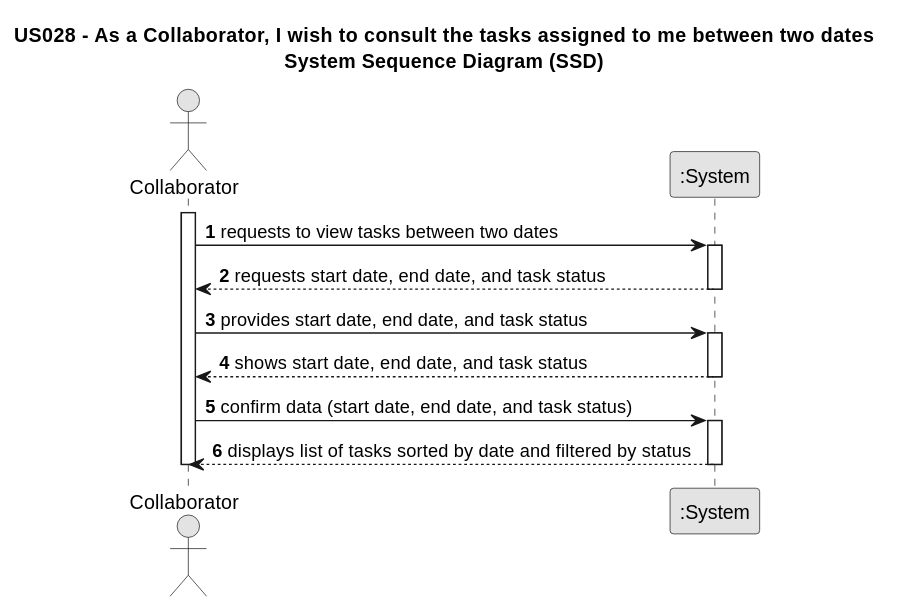
The PlantUML diagram docs/sprintC/US028/01.requirements-engineering/svg/us028-system-sequence-diagram.svg in Mendoncaa/LAPR2, before a commit. Source of this version:
```plantuml
@startuml
skinparam monochrome true
skinparam packageStyle rectangle
skinparam shadowing false

title US028 - As a Collaborator, I wish to consult the tasks assigned to me between two dates\nSystem Sequence Diagram (SSD)

autonumber

actor "Collaborator" as Collaborator
participant ":System" as System

activate Collaborator

    Collaborator -> System : requests to view tasks between two dates
    activate System

        System --> Collaborator : requests start date, end date, and task status
    deactivate System

    Collaborator -> System : provides start date, end date, and task status
    activate System


         System --> Collaborator : shows start date, end date, and task status
    deactivate System

    Collaborator -> System : confirm data (start date, end date, and task status)
    activate System


        System --> Collaborator : displays list of tasks sorted by date and filtered by status
    deactivate System

deactivate Collaborator
@enduml
```
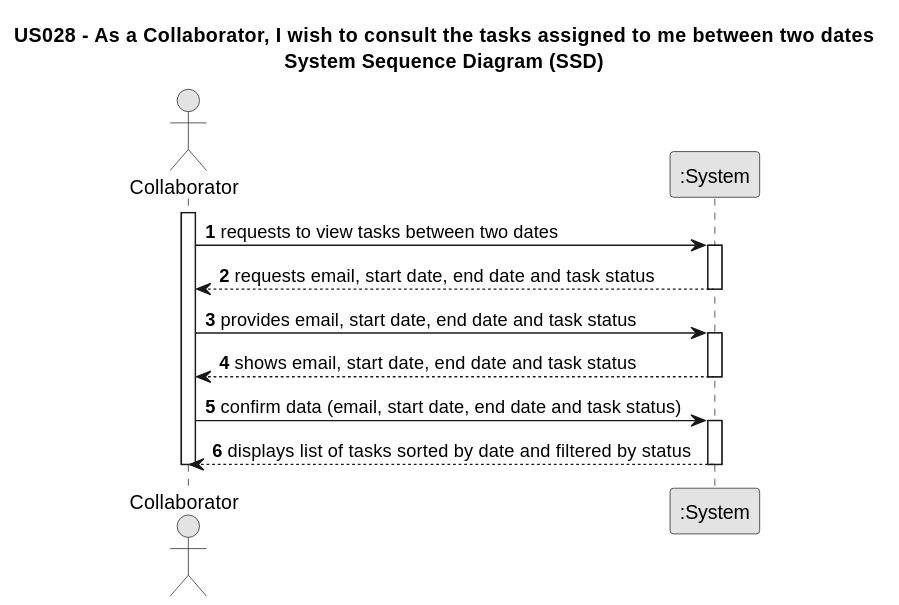
Above is the later version.

Commit message:
Update User manual; Update system sequence diagram US28

The edit, as a diff of the source:
```diff
@@ -15,17 +15,17 @@
     Collaborator -> System : requests to view tasks between two dates
     activate System
 
-        System --> Collaborator : requests start date, end date, and task status
+        System --> Collaborator : requests email, start date, end date and task status
     deactivate System
 
-    Collaborator -> System : provides start date, end date, and task status
+    Collaborator -> System : provides email, start date, end date and task status
     activate System
 
 
-         System --> Collaborator : shows start date, end date, and task status
+         System --> Collaborator : shows email, start date, end date and task status
     deactivate System
 
-    Collaborator -> System : confirm data (start date, end date, and task status)
+    Collaborator -> System : confirm data (email, start date, end date and task status)
     activate System
 
 
```
